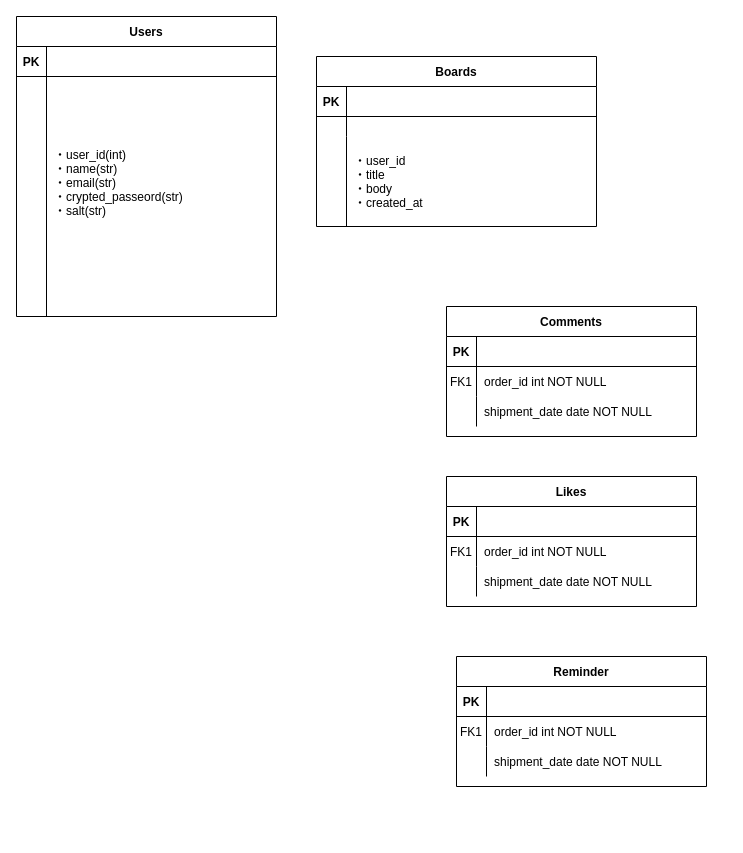
Before: 名称未設定ファイル.drawio in s17w09/Entity-Relationship-Diagram, a draw.io diagram. Source tidied: cells renumbered, new cells numbered last; positions are measured from the earlier drawing's top-left corner, leaving out a move shared by most shapes. Both pictures are drawn from the tidied source at 100%, with x=0, y=0 at pixel (16, 16).
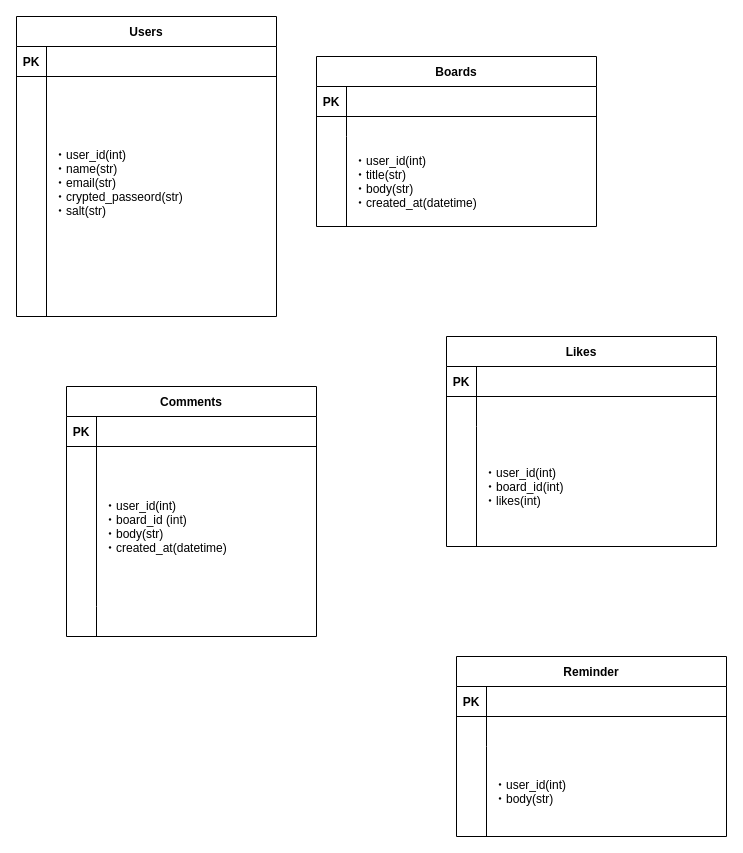
The same diagram, later.

Commit message (it also covers changes not shown here):
名称未設定ファイル.drawio を更新します

The change refers to these unchanged cells:
```xml
<mxCell id="9" style="shape=partialRectangle;fillColor=none;top=0;left=0;right=0;bottom=0;" parent="2" vertex="1">
  <mxGeometry y="80" width="280" height="90" as="geometry" />
</mxCell>
```

Diff of the diagram source:
```diff
@@
-    <mxCell id="11" value="・user_id&#10;・title&#10;・body&#10;・created_at" style="shape=partialRectangle;overflow=hidden;fillColor=none;top=0;left=0;bottom=0;right=0;align=left;spacingLeft=6;" parent="9" vertex="1">
+    <mxCell id="11" value="・user_id(int)&#10;・title(str)&#10;・body(str)&#10;・created_at(datetime)" style="shape=partialRectangle;overflow=hidden;fillColor=none;top=0;left=0;bottom=0;right=0;align=left;spacingLeft=6;" parent="9" vertex="1">
       <mxGeometry x="30" width="250" height="90" as="geometry" />
     </mxCell>
-    <mxCell id="12" value="Comments" style="shape=table;startSize=30;childLayout=tableLayout;rowLines=0;fontStyle=1;align=center;" parent="1" vertex="1">
-      <mxGeometry x="430" y="290" width="250" height="130" as="geometry" />
-    </mxCell>
-    <mxCell id="13" style="shape=partialRectangle;fillColor=none;top=0;left=0;right=0;bottom=1;" parent="12" vertex="1">
-      <mxGeometry y="30" width="250" height="30" as="geometry" />
-    </mxCell>
-    <mxCell id="14" value="PK" style="shape=partialRectangle;overflow=hidden;fillColor=none;top=0;left=0;bottom=0;right=0;fontStyle=1;" parent="13" vertex="1">
-      <mxGeometry width="30" height="30" as="geometry" />
-    </mxCell>
-    <mxCell id="15" style="shape=partialRectangle;overflow=hidden;fillColor=none;top=0;left=0;bottom=0;right=0;align=left;spacingLeft=6;fontStyle=5;" parent="13" vertex="1">
-      <mxGeometry x="30" width="220" height="30" as="geometry" />
-    </mxCell>
-    <mxCell id="16" style="shape=partialRectangle;fillColor=none;top=0;left=0;right=0;bottom=0;" parent="12" vertex="1">
-      <mxGeometry y="60" width="250" height="30" as="geometry" />
-    </mxCell>
-    <mxCell id="17" value="FK1" style="shape=partialRectangle;overflow=hidden;fillColor=none;top=0;left=0;bottom=0;right=0;" parent="16" vertex="1">
-      <mxGeometry width="30" height="30" as="geometry" />
-    </mxCell>
-    <mxCell id="18" value="order_id int NOT NULL" style="shape=partialRectangle;overflow=hidden;fillColor=none;top=0;left=0;bottom=0;right=0;align=left;spacingLeft=6;" parent="16" vertex="1">
-      <mxGeometry x="30" width="220" height="30" as="geometry" />
-    </mxCell>
-    <mxCell id="19" style="shape=partialRectangle;fillColor=none;top=0;left=0;right=0;bottom=0;" parent="12" vertex="1">
-      <mxGeometry y="90" width="250" height="30" as="geometry" />
-    </mxCell>
-    <mxCell id="20" style="shape=partialRectangle;overflow=hidden;fillColor=none;top=0;left=0;bottom=0;right=0;" parent="19" vertex="1">
-      <mxGeometry width="30" height="30" as="geometry" />
-    </mxCell>
-    <mxCell id="21" value="shipment_date date NOT NULL" style="shape=partialRectangle;overflow=hidden;fillColor=none;top=0;left=0;bottom=0;right=0;align=left;spacingLeft=6;" parent="19" vertex="1">
-      <mxGeometry x="30" width="220" height="30" as="geometry" />
-    </mxCell>
@@
     <mxCell id="29" value="Likes" style="shape=table;startSize=30;childLayout=tableLayout;rowLines=0;fontStyle=1;align=center;" parent="1" vertex="1">
-      <mxGeometry x="430" y="460" width="250" height="130" as="geometry" />
+      <mxGeometry x="430" y="320" width="270" height="210" as="geometry" />
     </mxCell>
     <mxCell id="30" style="shape=partialRectangle;fillColor=none;top=0;left=0;right=0;bottom=1;" parent="29" vertex="1">
-      <mxGeometry y="30" width="250" height="30" as="geometry" />
+      <mxGeometry y="30" width="270" height="30" as="geometry" />
     </mxCell>
@@
     <mxCell id="32" style="shape=partialRectangle;overflow=hidden;fillColor=none;top=0;left=0;bottom=0;right=0;align=left;spacingLeft=6;fontStyle=5;" parent="30" vertex="1">
-      <mxGeometry x="30" width="220" height="30" as="geometry" />
+      <mxGeometry x="30" width="240" height="30" as="geometry" />
     </mxCell>
     <mxCell id="33" style="shape=partialRectangle;fillColor=none;top=0;left=0;right=0;bottom=0;" parent="29" vertex="1">
-      <mxGeometry y="60" width="250" height="30" as="geometry" />
+      <mxGeometry y="60" width="270" height="30" as="geometry" />
     </mxCell>
-    <mxCell id="34" value="FK1" style="shape=partialRectangle;overflow=hidden;fillColor=none;top=0;left=0;bottom=0;right=0;" parent="33" vertex="1">
+    <mxCell id="34" style="shape=partialRectangle;overflow=hidden;fillColor=none;top=0;left=0;bottom=0;right=0;" parent="33" vertex="1">
       <mxGeometry width="30" height="30" as="geometry" />
     </mxCell>
-    <mxCell id="35" value="order_id int NOT NULL" style="shape=partialRectangle;overflow=hidden;fillColor=none;top=0;left=0;bottom=0;right=0;align=left;spacingLeft=6;" parent="33" vertex="1">
-      <mxGeometry x="30" width="220" height="30" as="geometry" />
+    <mxCell id="35" style="shape=partialRectangle;overflow=hidden;fillColor=none;top=0;left=0;bottom=0;right=0;align=left;spacingLeft=6;" parent="33" vertex="1">
+      <mxGeometry x="30" width="240" height="30" as="geometry" />
     </mxCell>
     <mxCell id="36" style="shape=partialRectangle;fillColor=none;top=0;left=0;right=0;bottom=0;" parent="29" vertex="1">
-      <mxGeometry y="90" width="250" height="30" as="geometry" />
+      <mxGeometry y="90" width="270" height="120" as="geometry" />
     </mxCell>
     <mxCell id="37" style="shape=partialRectangle;overflow=hidden;fillColor=none;top=0;left=0;bottom=0;right=0;" parent="36" vertex="1">
-      <mxGeometry width="30" height="30" as="geometry" />
+      <mxGeometry width="30" height="120" as="geometry" />
     </mxCell>
-    <mxCell id="38" value="shipment_date date NOT NULL" style="shape=partialRectangle;overflow=hidden;fillColor=none;top=0;left=0;bottom=0;right=0;align=left;spacingLeft=6;" parent="36" vertex="1">
-      <mxGeometry x="30" width="220" height="30" as="geometry" />
+    <mxCell id="38" value="・user_id(int)&#10;・board_id(int)&#10;・likes(int)" style="shape=partialRectangle;overflow=hidden;fillColor=none;top=0;left=0;bottom=0;right=0;align=left;spacingLeft=6;" parent="36" vertex="1">
+      <mxGeometry x="30" width="240" height="120" as="geometry" />
     </mxCell>
     <mxCell id="39" value="Reminder" style="shape=table;startSize=30;childLayout=tableLayout;rowLines=0;fontStyle=1;align=center;" parent="1" vertex="1">
-      <mxGeometry x="440" y="640" width="250" height="130" as="geometry" />
+      <mxGeometry x="440" y="640" width="270" height="180" as="geometry" />
     </mxCell>
     <mxCell id="40" style="shape=partialRectangle;fillColor=none;top=0;left=0;right=0;bottom=1;" parent="39" vertex="1">
-      <mxGeometry y="30" width="250" height="30" as="geometry" />
+      <mxGeometry y="30" width="270" height="30" as="geometry" />
     </mxCell>
@@
     <mxCell id="42" style="shape=partialRectangle;overflow=hidden;fillColor=none;top=0;left=0;bottom=0;right=0;align=left;spacingLeft=6;fontStyle=5;" parent="40" vertex="1">
-      <mxGeometry x="30" width="220" height="30" as="geometry" />
+      <mxGeometry x="30" width="240" height="30" as="geometry" />
     </mxCell>
     <mxCell id="43" style="shape=partialRectangle;fillColor=none;top=0;left=0;right=0;bottom=0;" parent="39" vertex="1">
-      <mxGeometry y="60" width="250" height="30" as="geometry" />
+      <mxGeometry y="60" width="270" height="30" as="geometry" />
     </mxCell>
-    <mxCell id="44" value="FK1" style="shape=partialRectangle;overflow=hidden;fillColor=none;top=0;left=0;bottom=0;right=0;" parent="43" vertex="1">
+    <mxCell id="44" style="shape=partialRectangle;overflow=hidden;fillColor=none;top=0;left=0;bottom=0;right=0;" parent="43" vertex="1">
       <mxGeometry width="30" height="30" as="geometry" />
     </mxCell>
-    <mxCell id="45" value="order_id int NOT NULL" style="shape=partialRectangle;overflow=hidden;fillColor=none;top=0;left=0;bottom=0;right=0;align=left;spacingLeft=6;" parent="43" vertex="1">
-      <mxGeometry x="30" width="220" height="30" as="geometry" />
+    <mxCell id="45" style="shape=partialRectangle;overflow=hidden;fillColor=none;top=0;left=0;bottom=0;right=0;align=left;spacingLeft=6;" parent="43" vertex="1">
+      <mxGeometry x="30" width="240" height="30" as="geometry" />
     </mxCell>
     <mxCell id="46" style="shape=partialRectangle;fillColor=none;top=0;left=0;right=0;bottom=0;" parent="39" vertex="1">
-      <mxGeometry y="90" width="250" height="30" as="geometry" />
+      <mxGeometry y="90" width="270" height="90" as="geometry" />
     </mxCell>
     <mxCell id="47" style="shape=partialRectangle;overflow=hidden;fillColor=none;top=0;left=0;bottom=0;right=0;" parent="46" vertex="1">
-      <mxGeometry width="30" height="30" as="geometry" />
+      <mxGeometry width="30" height="90" as="geometry" />
     </mxCell>
-    <mxCell id="48" value="shipment_date date NOT NULL" style="shape=partialRectangle;overflow=hidden;fillColor=none;top=0;left=0;bottom=0;right=0;align=left;spacingLeft=6;" parent="46" vertex="1">
-      <mxGeometry x="30" width="220" height="30" as="geometry" />
+    <mxCell id="48" value="・user_id(int)&#10;・body(str)" style="shape=partialRectangle;overflow=hidden;fillColor=none;top=0;left=0;bottom=0;right=0;align=left;spacingLeft=6;" parent="46" vertex="1">
+      <mxGeometry x="30" width="240" height="90" as="geometry" />
     </mxCell>
+    <mxCell id="12" value="Comments" style="shape=table;startSize=30;childLayout=tableLayout;rowLines=0;fontStyle=1;align=center;" parent="1" vertex="1">
+      <mxGeometry x="50" y="370" width="250" height="250" as="geometry" />
+    </mxCell>
+    <mxCell id="13" style="shape=partialRectangle;fillColor=none;top=0;left=0;right=0;bottom=1;" parent="12" vertex="1">
+      <mxGeometry y="30" width="250" height="30" as="geometry" />
+    </mxCell>
+    <mxCell id="14" value="PK" style="shape=partialRectangle;overflow=hidden;fillColor=none;top=0;left=0;bottom=0;right=0;fontStyle=1;" parent="13" vertex="1">
+      <mxGeometry width="30" height="30" as="geometry" />
+    </mxCell>
+    <mxCell id="15" style="shape=partialRectangle;overflow=hidden;fillColor=none;top=0;left=0;bottom=0;right=0;align=left;spacingLeft=6;fontStyle=5;" parent="13" vertex="1">
+      <mxGeometry x="30" width="220" height="30" as="geometry" />
+    </mxCell>
+    <mxCell id="16" style="shape=partialRectangle;fillColor=none;top=0;left=0;right=0;bottom=0;" parent="12" vertex="1">
+      <mxGeometry y="60" width="250" height="160" as="geometry" />
+    </mxCell>
+    <mxCell id="17" style="shape=partialRectangle;overflow=hidden;fillColor=none;top=0;left=0;bottom=0;right=0;" parent="16" vertex="1">
+      <mxGeometry width="30" height="160" as="geometry" />
+    </mxCell>
+    <mxCell id="18" value="・user_id(int)&#10;・board_id (int)&#10;・body(str)&#10;・created_at(datetime)" style="shape=partialRectangle;overflow=hidden;fillColor=none;top=0;left=0;bottom=0;right=0;align=left;spacingLeft=6;" parent="16" vertex="1">
+      <mxGeometry x="30" width="220" height="160" as="geometry" />
+    </mxCell>
+    <mxCell id="19" style="shape=partialRectangle;fillColor=none;top=0;left=0;right=0;bottom=0;" parent="12" vertex="1">
+      <mxGeometry y="220" width="250" height="30" as="geometry" />
+    </mxCell>
+    <mxCell id="20" style="shape=partialRectangle;overflow=hidden;fillColor=none;top=0;left=0;bottom=0;right=0;" parent="19" vertex="1">
+      <mxGeometry width="30" height="30" as="geometry" />
+    </mxCell>
+    <mxCell id="21" style="shape=partialRectangle;overflow=hidden;fillColor=none;top=0;left=0;bottom=0;right=0;align=left;spacingLeft=6;" parent="19" vertex="1">
+      <mxGeometry x="30" width="220" height="30" as="geometry" />
+    </mxCell>
```
